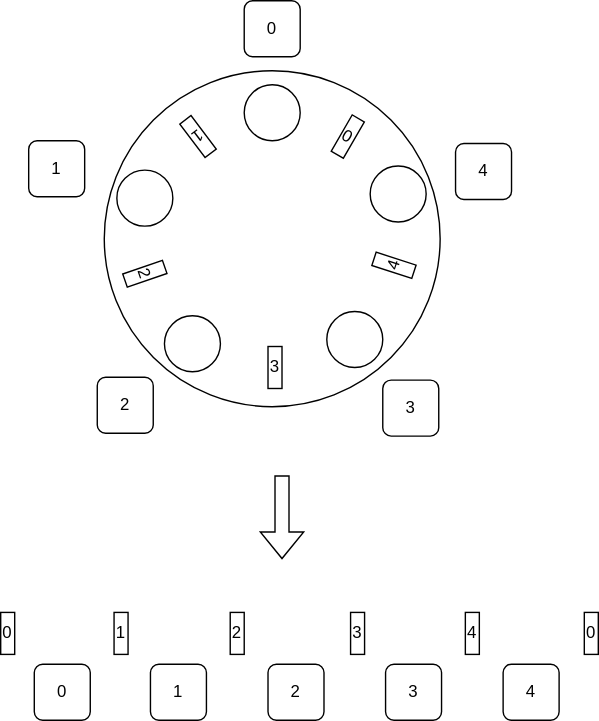
Before: draw.svg, a diagram exported from draw.io (Olegt0rr/Foolosophy). Source tidied: cells renumbered, new cells last; positions are measured from the earlier drawing's top-left corner, leaving out a move shared by most shapes.
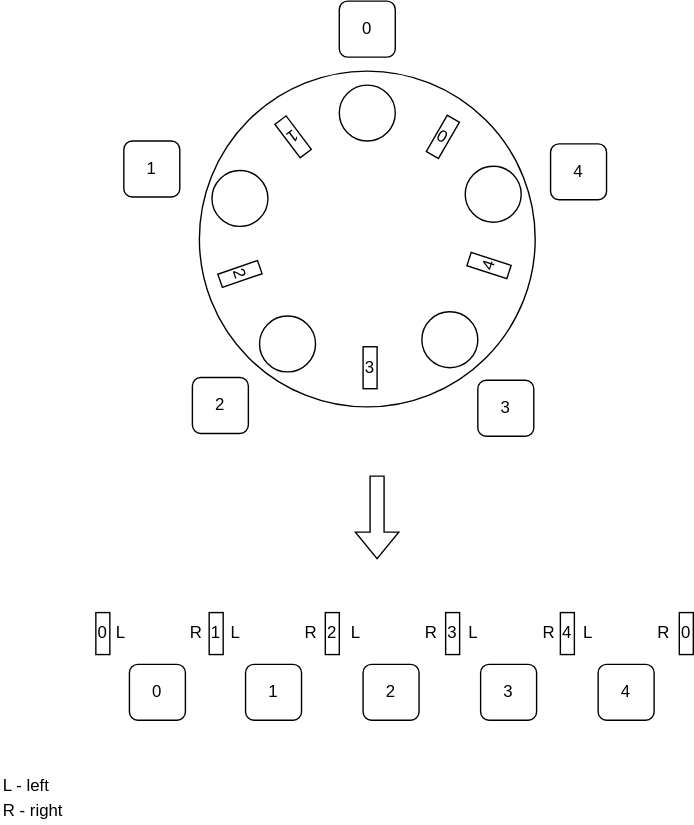
The same file after the commit.

Commit message:
chore: add left/right marker

Diff of the diagram source:
```diff
@@ -2,92 +2,161 @@
   <root>
     <mxCell id="0" />
     <mxCell id="1" parent="0" />
+    <mxCell id="29" style="shape=flexArrow;endArrow=classic;html=1;rounded=0;" parent="1" edge="1">
+      <mxGeometry relative="1" as="geometry">
+        <mxPoint x="201" y="339" as="sourcePoint" />
+        <mxPoint x="201" y="399" as="targetPoint" />
+      </mxGeometry>
+    </mxCell>
+    <mxCell id="30" style="group;" parent="1" vertex="1">
+      <mxGeometry x="-68" y="552" width="58" height="36" as="geometry" />
+    </mxCell>
+    <mxCell id="31" value="L - left" style="text;html=1;strokeColor=none;fillColor=none;align=left;verticalAlign=middle;whiteSpace=wrap;rounded=0;" parent="30" vertex="1">
+      <mxGeometry width="58" height="18" as="geometry" />
+    </mxCell>
+    <mxCell id="32" value="R - right" style="text;html=1;strokeColor=none;fillColor=none;align=left;verticalAlign=middle;whiteSpace=wrap;rounded=0;" parent="30" vertex="1">
+      <mxGeometry y="18" width="58" height="18" as="geometry" />
+    </mxCell>
+    <mxCell id="33" style="group;" parent="1" vertex="1">
+      <mxGeometry y="437" width="427" height="77" as="geometry" />
+    </mxCell>
+    <mxCell id="34" style="group;" parent="33" vertex="1">
+      <mxGeometry x="24" y="37" width="375" height="40" as="geometry" />
+    </mxCell>
+    <mxCell id="18" value="0" style="rounded=1;whiteSpace=wrap;html=1;" parent="34" vertex="1">
+      <mxGeometry width="40" height="40" as="geometry" />
+    </mxCell>
+    <mxCell id="19" value="1" style="rounded=1;whiteSpace=wrap;html=1;" parent="34" vertex="1">
+      <mxGeometry x="83" width="40" height="40" as="geometry" />
+    </mxCell>
+    <mxCell id="20" value="2" style="rounded=1;whiteSpace=wrap;html=1;" parent="34" vertex="1">
+      <mxGeometry x="167" width="40" height="40" as="geometry" />
+    </mxCell>
+    <mxCell id="21" value="3" style="rounded=1;whiteSpace=wrap;html=1;" parent="34" vertex="1">
+      <mxGeometry x="251" width="40" height="40" as="geometry" />
+    </mxCell>
+    <mxCell id="22" value="4" style="rounded=1;whiteSpace=wrap;html=1;" parent="34" vertex="1">
+      <mxGeometry x="335" width="40" height="40" as="geometry" />
+    </mxCell>
+    <mxCell id="35" style="group;" parent="33" vertex="1">
+      <mxGeometry width="427" height="30" as="geometry" />
+    </mxCell>
+    <mxCell id="36" style="group;" parent="35" vertex="1">
+      <mxGeometry width="427" height="30" as="geometry" />
+    </mxCell>
+    <mxCell id="23" value="1" style="rounded=0;whiteSpace=wrap;html=1;" parent="36" vertex="1">
+      <mxGeometry x="81" width="10" height="30" as="geometry" />
+    </mxCell>
+    <mxCell id="24" value="0" style="rounded=0;whiteSpace=wrap;html=1;" parent="36" vertex="1">
+      <mxGeometry width="10" height="30" as="geometry" />
+    </mxCell>
+    <mxCell id="25" value="0" style="rounded=0;whiteSpace=wrap;html=1;" parent="36" vertex="1">
+      <mxGeometry x="417" width="10" height="30" as="geometry" />
+    </mxCell>
+    <mxCell id="26" value="2" style="rounded=0;whiteSpace=wrap;html=1;" parent="36" vertex="1">
+      <mxGeometry x="164" width="10" height="30" as="geometry" />
+    </mxCell>
+    <mxCell id="27" value="3" style="rounded=0;whiteSpace=wrap;html=1;" parent="36" vertex="1">
+      <mxGeometry x="250" width="10" height="30" as="geometry" />
+    </mxCell>
+    <mxCell id="28" value="4" style="rounded=0;whiteSpace=wrap;html=1;" parent="36" vertex="1">
+      <mxGeometry x="332" width="10" height="30" as="geometry" />
+    </mxCell>
+    <mxCell id="37" style="group;" parent="35" vertex="1">
+      <mxGeometry x="12" y="6" width="66" height="18" as="geometry" />
+    </mxCell>
+    <mxCell id="38" value="L" style="text;html=1;strokeColor=none;fillColor=none;align=center;verticalAlign=middle;whiteSpace=wrap;rounded=0;" parent="37" vertex="1">
+      <mxGeometry width="12" height="18" as="geometry" />
+    </mxCell>
+    <mxCell id="39" value="R" style="text;html=1;strokeColor=none;fillColor=none;align=center;verticalAlign=middle;whiteSpace=wrap;rounded=0;" parent="37" vertex="1">
+      <mxGeometry x="54" width="12" height="18" as="geometry" />
+    </mxCell>
+    <mxCell id="40" style="group;" parent="35" vertex="1">
+      <mxGeometry x="94" y="6" width="66" height="18" as="geometry" />
+    </mxCell>
+    <mxCell id="41" value="L" style="text;html=1;strokeColor=none;fillColor=none;align=center;verticalAlign=middle;whiteSpace=wrap;rounded=0;" parent="40" vertex="1">
+      <mxGeometry width="12" height="18" as="geometry" />
+    </mxCell>
+    <mxCell id="42" value="R" style="text;html=1;strokeColor=none;fillColor=none;align=center;verticalAlign=middle;whiteSpace=wrap;rounded=0;" parent="40" vertex="1">
+      <mxGeometry x="54" width="12" height="18" as="geometry" />
+    </mxCell>
+    <mxCell id="43" style="group;" parent="35" vertex="1">
+      <mxGeometry x="180" y="6" width="66" height="18" as="geometry" />
+    </mxCell>
+    <mxCell id="44" value="L" style="text;html=1;strokeColor=none;fillColor=none;align=center;verticalAlign=middle;whiteSpace=wrap;rounded=0;" parent="43" vertex="1">
+      <mxGeometry width="12" height="18" as="geometry" />
+    </mxCell>
+    <mxCell id="45" value="R" style="text;html=1;strokeColor=none;fillColor=none;align=center;verticalAlign=middle;whiteSpace=wrap;rounded=0;" parent="43" vertex="1">
+      <mxGeometry x="54" width="12" height="18" as="geometry" />
+    </mxCell>
+    <mxCell id="46" style="group;" parent="35" vertex="1">
+      <mxGeometry x="264" y="6" width="66" height="18" as="geometry" />
+    </mxCell>
+    <mxCell id="47" value="L" style="text;html=1;strokeColor=none;fillColor=none;align=center;verticalAlign=middle;whiteSpace=wrap;rounded=0;" parent="46" vertex="1">
+      <mxGeometry width="12" height="18" as="geometry" />
+    </mxCell>
+    <mxCell id="48" value="R" style="text;html=1;strokeColor=none;fillColor=none;align=center;verticalAlign=middle;whiteSpace=wrap;rounded=0;" parent="46" vertex="1">
+      <mxGeometry x="54" width="12" height="18" as="geometry" />
+    </mxCell>
+    <mxCell id="49" style="group;" parent="35" vertex="1">
+      <mxGeometry x="346" y="6" width="66" height="18" as="geometry" />
+    </mxCell>
+    <mxCell id="50" value="L" style="text;html=1;strokeColor=none;fillColor=none;align=center;verticalAlign=middle;whiteSpace=wrap;rounded=0;" parent="49" vertex="1">
+      <mxGeometry width="12" height="18" as="geometry" />
+    </mxCell>
+    <mxCell id="51" value="R" style="text;html=1;strokeColor=none;fillColor=none;align=center;verticalAlign=middle;whiteSpace=wrap;rounded=0;" parent="49" vertex="1">
+      <mxGeometry x="54" width="12" height="18" as="geometry" />
+    </mxCell>
+    <mxCell id="52" style="group;" parent="1" vertex="1">
+      <mxGeometry x="20" width="345" height="311" as="geometry" />
+    </mxCell>
-    <mxCell id="2" style="ellipse;whiteSpace=wrap;html=1;" parent="1" vertex="1">
-      <mxGeometry x="74" y="50" width="240" height="240" as="geometry" />
+    <mxCell id="2" style="ellipse;whiteSpace=wrap;html=1;" parent="52" vertex="1">
+      <mxGeometry x="54" y="50" width="240" height="240" as="geometry" />
     </mxCell>
-    <mxCell id="3" value="0" style="rounded=1;whiteSpace=wrap;html=1;" parent="1" vertex="1">
-      <mxGeometry x="174" width="40" height="40" as="geometry" />
+    <mxCell id="3" value="0" style="rounded=1;whiteSpace=wrap;html=1;" parent="52" vertex="1">
+      <mxGeometry x="154" width="40" height="40" as="geometry" />
     </mxCell>
-    <mxCell id="4" value="1" style="rounded=1;whiteSpace=wrap;html=1;" parent="1" vertex="1">
-      <mxGeometry x="20" y="100" width="40" height="40" as="geometry" />
+    <mxCell id="4" value="1" style="rounded=1;whiteSpace=wrap;html=1;" parent="52" vertex="1">
+      <mxGeometry y="100" width="40" height="40" as="geometry" />
     </mxCell>
-    <mxCell id="5" value="4" style="rounded=1;whiteSpace=wrap;html=1;" parent="1" vertex="1">
-      <mxGeometry x="325" y="102" width="40" height="40" as="geometry" />
+    <mxCell id="5" value="4" style="rounded=1;whiteSpace=wrap;html=1;" parent="52" vertex="1">
+      <mxGeometry x="305" y="102" width="40" height="40" as="geometry" />
     </mxCell>
-    <mxCell id="6" value="3" style="rounded=1;whiteSpace=wrap;html=1;" parent="1" vertex="1">
-      <mxGeometry x="273" y="271" width="40" height="40" as="geometry" />
+    <mxCell id="6" value="3" style="rounded=1;whiteSpace=wrap;html=1;" parent="52" vertex="1">
+      <mxGeometry x="253" y="271" width="40" height="40" as="geometry" />
     </mxCell>
-    <mxCell id="7" value="2" style="rounded=1;whiteSpace=wrap;html=1;" parent="1" vertex="1">
-      <mxGeometry x="69" y="269" width="40" height="40" as="geometry" />
+    <mxCell id="7" value="2" style="rounded=1;whiteSpace=wrap;html=1;" parent="52" vertex="1">
+      <mxGeometry x="49" y="269" width="40" height="40" as="geometry" />
     </mxCell>
-    <mxCell id="8" style="ellipse;whiteSpace=wrap;html=1;" parent="1" vertex="1">
-      <mxGeometry x="174" y="60" width="40" height="40" as="geometry" />
+    <mxCell id="8" style="ellipse;whiteSpace=wrap;html=1;" parent="52" vertex="1">
+      <mxGeometry x="154" y="60" width="40" height="40" as="geometry" />
     </mxCell>
-    <mxCell id="9" style="ellipse;whiteSpace=wrap;html=1;" parent="1" vertex="1">
-      <mxGeometry x="264" y="118" width="40" height="40" as="geometry" />
+    <mxCell id="9" style="ellipse;whiteSpace=wrap;html=1;" parent="52" vertex="1">
+      <mxGeometry x="244" y="118" width="40" height="40" as="geometry" />
     </mxCell>
-    <mxCell id="10" style="ellipse;whiteSpace=wrap;html=1;" parent="1" vertex="1">
-      <mxGeometry x="233" y="222" width="40" height="40" as="geometry" />
+    <mxCell id="10" style="ellipse;whiteSpace=wrap;html=1;" parent="52" vertex="1">
+      <mxGeometry x="213" y="222" width="40" height="40" as="geometry" />
     </mxCell>
-    <mxCell id="11" style="ellipse;whiteSpace=wrap;html=1;" parent="1" vertex="1">
-      <mxGeometry x="117" y="225" width="40" height="40" as="geometry" />
+    <mxCell id="11" style="ellipse;whiteSpace=wrap;html=1;" parent="52" vertex="1">
+      <mxGeometry x="97" y="225" width="40" height="40" as="geometry" />
     </mxCell>
-    <mxCell id="12" style="ellipse;whiteSpace=wrap;html=1;" parent="1" vertex="1">
-      <mxGeometry x="83" y="121" width="40" height="40" as="geometry" />
+    <mxCell id="12" style="ellipse;whiteSpace=wrap;html=1;" parent="52" vertex="1">
+      <mxGeometry x="63" y="121" width="40" height="40" as="geometry" />
     </mxCell>
-    <mxCell id="13" value="3" style="rounded=0;whiteSpace=wrap;html=1;" parent="1" vertex="1">
-      <mxGeometry x="191" y="247" width="10" height="30" as="geometry" />
+    <mxCell id="13" value="3" style="rounded=0;whiteSpace=wrap;html=1;" parent="52" vertex="1">
+      <mxGeometry x="171" y="247" width="10" height="30" as="geometry" />
     </mxCell>
-    <mxCell id="14" value="0" style="rounded=0;whiteSpace=wrap;html=1;rotation=30;" parent="1" vertex="1">
-      <mxGeometry x="243" y="82" width="10" height="30" as="geometry" />
+    <mxCell id="14" value="0" style="rounded=0;whiteSpace=wrap;html=1;rotation=30;" parent="52" vertex="1">
+      <mxGeometry x="223" y="82" width="10" height="30" as="geometry" />
     </mxCell>
-    <mxCell id="15" value="4" style="rounded=0;whiteSpace=wrap;html=1;rotation=-72;" parent="1" vertex="1">
-      <mxGeometry x="276" y="174" width="10" height="30" as="geometry" />
+    <mxCell id="15" value="4" style="rounded=0;whiteSpace=wrap;html=1;rotation=-72;" parent="52" vertex="1">
+      <mxGeometry x="256" y="174" width="10" height="30" as="geometry" />
     </mxCell>
-    <mxCell id="16" value="2" style="rounded=0;whiteSpace=wrap;html=1;rotation=71;" parent="1" vertex="1">
-      <mxGeometry x="98" y="180" width="10" height="30" as="geometry" />
+    <mxCell id="16" value="2" style="rounded=0;whiteSpace=wrap;html=1;rotation=71;" parent="52" vertex="1">
+      <mxGeometry x="78" y="180" width="10" height="30" as="geometry" />
     </mxCell>
-    <mxCell id="17" value="1" style="rounded=0;whiteSpace=wrap;html=1;rotation=143;" parent="1" vertex="1">
-      <mxGeometry x="136" y="82" width="10" height="30" as="geometry" />
+    <mxCell id="17" value="1" style="rounded=0;whiteSpace=wrap;html=1;rotation=143;" parent="52" vertex="1">
+      <mxGeometry x="116" y="82" width="10" height="30" as="geometry" />
     </mxCell>
-    <mxCell id="18" value="0" style="rounded=1;whiteSpace=wrap;html=1;" parent="1" vertex="1">
-      <mxGeometry x="24" y="474" width="40" height="40" as="geometry" />
-    </mxCell>
-    <mxCell id="19" value="1" style="rounded=1;whiteSpace=wrap;html=1;" parent="1" vertex="1">
-      <mxGeometry x="107" y="474" width="40" height="40" as="geometry" />
-    </mxCell>
-    <mxCell id="20" value="2" style="rounded=1;whiteSpace=wrap;html=1;" parent="1" vertex="1">
-      <mxGeometry x="191" y="474" width="40" height="40" as="geometry" />
-    </mxCell>
-    <mxCell id="21" value="3" style="rounded=1;whiteSpace=wrap;html=1;" parent="1" vertex="1">
-      <mxGeometry x="275" y="474" width="40" height="40" as="geometry" />
-    </mxCell>
-    <mxCell id="22" value="4" style="rounded=1;whiteSpace=wrap;html=1;" parent="1" vertex="1">
-      <mxGeometry x="359" y="474" width="40" height="40" as="geometry" />
-    </mxCell>
-    <mxCell id="23" value="1" style="rounded=0;whiteSpace=wrap;html=1;" parent="1" vertex="1">
-      <mxGeometry x="81" y="437" width="10" height="30" as="geometry" />
-    </mxCell>
-    <mxCell id="24" value="0" style="rounded=0;whiteSpace=wrap;html=1;" parent="1" vertex="1">
-      <mxGeometry y="437" width="10" height="30" as="geometry" />
-    </mxCell>
-    <mxCell id="25" value="0" style="rounded=0;whiteSpace=wrap;html=1;" parent="1" vertex="1">
-      <mxGeometry x="417" y="437" width="10" height="30" as="geometry" />
-    </mxCell>
-    <mxCell id="26" value="2" style="rounded=0;whiteSpace=wrap;html=1;" parent="1" vertex="1">
-      <mxGeometry x="164" y="437" width="10" height="30" as="geometry" />
-    </mxCell>
-    <mxCell id="27" value="3" style="rounded=0;whiteSpace=wrap;html=1;" parent="1" vertex="1">
-      <mxGeometry x="250" y="437" width="10" height="30" as="geometry" />
-    </mxCell>
-    <mxCell id="28" value="4" style="rounded=0;whiteSpace=wrap;html=1;" parent="1" vertex="1">
-      <mxGeometry x="332" y="437" width="10" height="30" as="geometry" />
-    </mxCell>
-    <mxCell id="29" style="shape=flexArrow;endArrow=classic;html=1;rounded=0;" parent="1" edge="1">
-      <mxGeometry relative="1" as="geometry">
-        <mxPoint x="201" y="339" as="sourcePoint" />
-        <mxPoint x="201" y="399" as="targetPoint" />
-      </mxGeometry>
-    </mxCell>
   </root>
 </mxGraphModel>
```
